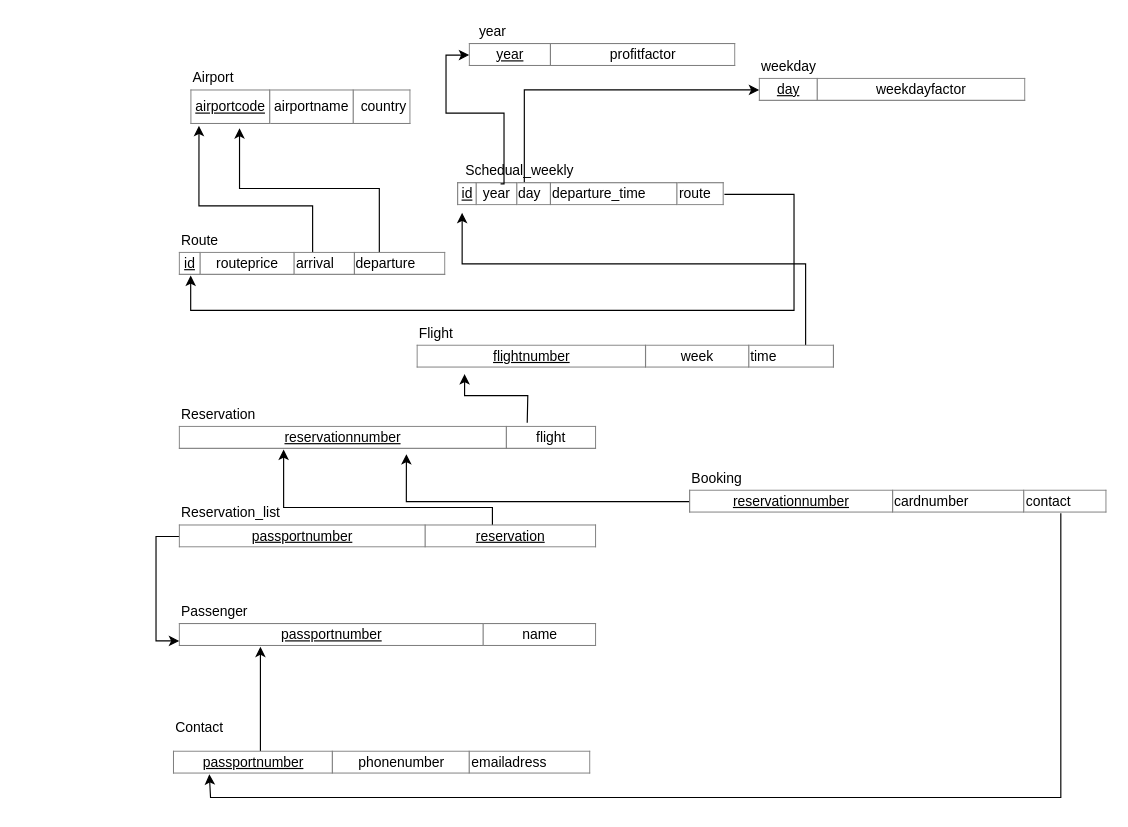
Above: lab4/4a_RelationSchema.drawio in chrha/tddd37 (draw.io), before the change. Source tidied: cells renumbered, new cells numbered last; positions are measured from the earlier drawing's top-left corner, leaving out a move shared by most shapes. Both pictures are drawn from the tidied source at 116%, with x=0, y=0 at pixel (155, 20).
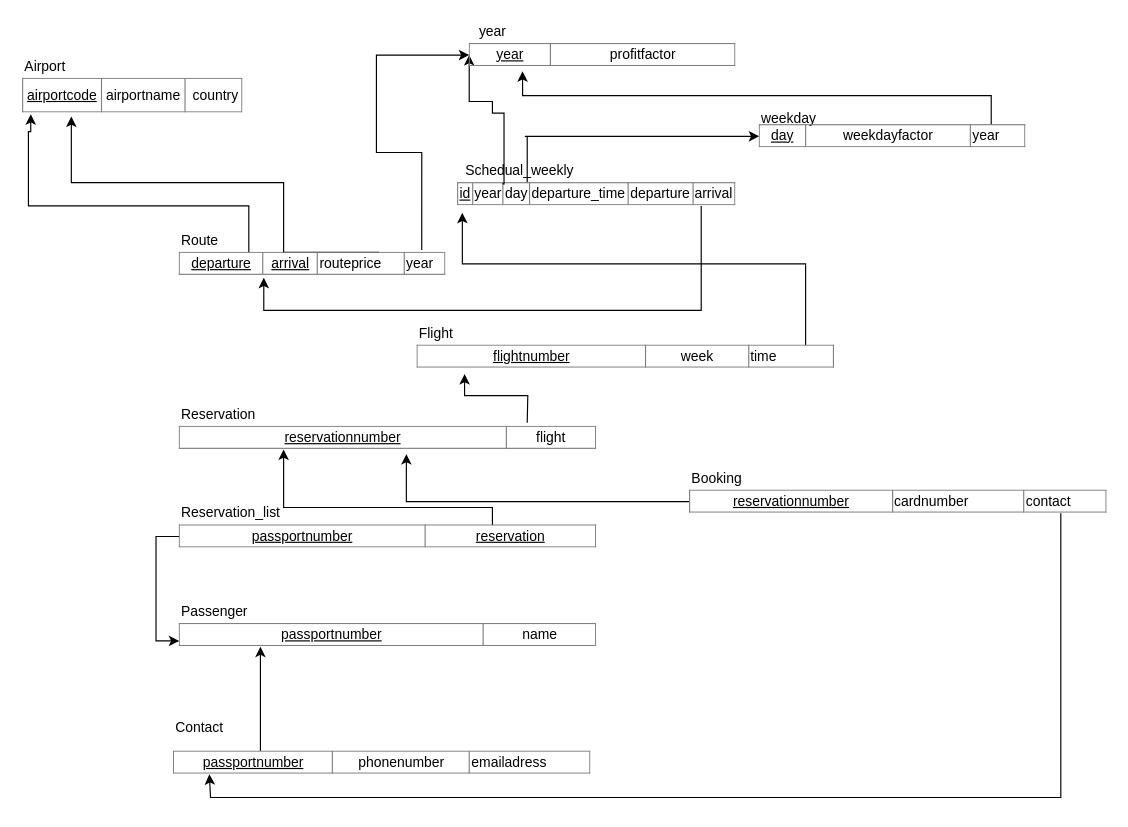
Above is the later version.

The change refers to these unchanged cells:
```xml
<mxCell id="14" value="&lt;table style=&quot;width: 100% ; height: 100% ; border-collapse: collapse&quot; width=&quot;100%&quot; border=&quot;1&quot;&gt;&lt;tbody&gt;&lt;tr&gt;&lt;td align=&quot;center&quot;&gt;&lt;u&gt;year&lt;/u&gt;&lt;/td&gt;&lt;td align=&quot;center&quot;&gt;profitfactor&lt;/td&gt;&lt;/tr&gt;&lt;/tbody&gt;&lt;/table&gt;" style="text;html=1;strokeColor=none;fillColor=none;overflow=fill;" parent="1" vertex="1">
  <mxGeometry x="270" y="20" width="230" height="20" as="geometry" />
</mxCell>
```

Diff of the diagram source:
```diff
@@
     <mxCell id="2" value="&lt;table border=&quot;1&quot; width=&quot;100%&quot; style=&quot;width: 100% ; height: 100% ; border-collapse: collapse&quot;&gt;&lt;tbody&gt;&lt;tr&gt;&lt;td align=&quot;center&quot;&gt;&lt;u&gt;airportcode&lt;/u&gt;&lt;/td&gt;&lt;td align=&quot;center&quot;&gt;airportname&lt;/td&gt;&lt;td align=&quot;center&quot;&gt;&amp;nbsp;country&lt;/td&gt;&lt;/tr&gt;&lt;/tbody&gt;&lt;/table&gt;" style="text;html=1;strokeColor=none;fillColor=none;overflow=fill;" parent="1" vertex="1">
-      <mxGeometry x="30" y="60" width="190" height="30" as="geometry" />
+      <mxGeometry x="-115" y="50" width="190" height="30" as="geometry" />
     </mxCell>
     <mxCell id="3" value="Airport" style="text;html=1;align=left;verticalAlign=top;spacingTop=-4;" parent="1" vertex="1">
-      <mxGeometry x="30" y="40" width="50" height="20" as="geometry" />
+      <mxGeometry x="-115" y="30" width="50" height="20" as="geometry" />
     </mxCell>
     <mxCell id="4" style="edgeStyle=orthogonalEdgeStyle;rounded=0;jettySize=auto;html=1;entryX=0.037;entryY=1.033;entryDx=0;entryDy=0;entryPerimeter=0;" parent="1" edge="1" source="6" target="2">
       <mxGeometry relative="1" as="geometry">
         <Array as="points">
-          <mxPoint x="135" y="160" />
-          <mxPoint x="37" y="160" />
+          <mxPoint x="80" y="160" />
+          <mxPoint x="-110" y="160" />
+          <mxPoint x="-110" y="96" />
+          <mxPoint x="-108" y="96" />
         </Array>
       </mxGeometry>
     </mxCell>
     <mxCell id="5" style="edgeStyle=orthogonalEdgeStyle;rounded=0;jettySize=auto;html=1;exitX=0.75;exitY=0;exitDx=0;exitDy=0;entryX=0.221;entryY=1.1;entryDx=0;entryDy=0;entryPerimeter=0;" parent="1" edge="1" source="6" target="2">
-      <mxGeometry relative="1" as="geometry" />
+      <mxGeometry relative="1" as="geometry">
+        <Array as="points">
+          <mxPoint x="110" y="200" />
+          <mxPoint x="110" y="140" />
+          <mxPoint x="-73" y="140" />
+        </Array>
+      </mxGeometry>
     </mxCell>
+    <mxCell id="36" style="edgeStyle=orthogonalEdgeStyle;rounded=0;jettySize=auto;html=1;exitX=0.909;exitY=-0.1;exitDx=0;exitDy=0;exitPerimeter=0;entryX=0;entryY=0.5;entryDx=0;entryDy=0;" parent="1" edge="1" source="6" target="14">
+      <mxGeometry relative="1" as="geometry">
+        <Array as="points">
+          <mxPoint x="229" y="114" />
+          <mxPoint x="190" y="114" />
+          <mxPoint x="190" y="30" />
+        </Array>
+      </mxGeometry>
+    </mxCell>
-    <mxCell id="6" value="&lt;table border=&quot;1&quot; width=&quot;100%&quot; style=&quot;width: 100% ; height: 100% ; border-collapse: collapse&quot;&gt;&lt;tbody&gt;&lt;tr&gt;&lt;td align=&quot;center&quot;&gt;&lt;u&gt;id&lt;/u&gt;&lt;/td&gt;&lt;td align=&quot;center&quot;&gt;routeprice&lt;/td&gt;&lt;td&gt;arrival&lt;/td&gt;&lt;td&gt;departure&lt;/td&gt;&lt;/tr&gt;&lt;/tbody&gt;&lt;/table&gt;" style="text;html=1;strokeColor=none;fillColor=none;overflow=fill;" parent="1" vertex="1">
+    <mxCell id="6" value="&lt;table style=&quot;width: 100% ; height: 100% ; border-collapse: collapse&quot; width=&quot;100%&quot; border=&quot;1&quot;&gt;&lt;tbody&gt;&lt;tr&gt;&lt;td align=&quot;center&quot;&gt;&lt;u&gt;departure&lt;/u&gt;&lt;/td&gt;&lt;td align=&quot;center&quot;&gt;&lt;u&gt;arrival&lt;/u&gt;&lt;/td&gt;&lt;td&gt;routeprice&lt;/td&gt;&lt;td&gt;year&lt;br&gt;&lt;/td&gt;&lt;/tr&gt;&lt;/tbody&gt;&lt;/table&gt;" style="text;html=1;strokeColor=none;fillColor=none;overflow=fill;" parent="1" vertex="1">
       <mxGeometry x="20" y="200" width="230" height="20" as="geometry" />
     </mxCell>
@@
-    <mxCell id="8" style="edgeStyle=orthogonalEdgeStyle;rounded=0;jettySize=auto;html=1;entryX=0.043;entryY=1;entryDx=0;entryDy=0;entryPerimeter=0;" parent="1" edge="1" source="10" target="6">
+    <mxCell id="8" style="edgeStyle=orthogonalEdgeStyle;rounded=0;jettySize=auto;html=1;entryX=0.317;entryY=1.1;entryDx=0;entryDy=0;entryPerimeter=0;" parent="1" edge="1" source="10" target="6">
       <mxGeometry relative="1" as="geometry">
         <Array as="points">
-          <mxPoint x="550" y="250" />
-          <mxPoint x="30" y="250" />
+          <mxPoint x="470" y="250" />
+          <mxPoint x="93" y="250" />
         </Array>
       </mxGeometry>
     </mxCell>
     <mxCell id="9" style="edgeStyle=orthogonalEdgeStyle;rounded=0;jettySize=auto;html=1;exitX=0.25;exitY=0;exitDx=0;exitDy=0;entryX=0;entryY=0.5;entryDx=0;entryDy=0;" parent="1" edge="1" source="10" target="34">
       <mxGeometry relative="1" as="geometry">
         <Array as="points">
-          <mxPoint x="318" y="60" />
+          <mxPoint x="318" y="100" />
+          <mxPoint x="520" y="100" />
         </Array>
       </mxGeometry>
     </mxCell>
-    <mxCell id="10" value="&lt;table border=&quot;1&quot; width=&quot;100%&quot; style=&quot;width: 100% ; height: 100% ; border-collapse: collapse&quot;&gt;&lt;tbody&gt;&lt;tr&gt;&lt;td align=&quot;center&quot;&gt;&lt;u&gt;id&lt;/u&gt;&lt;/td&gt;&lt;td align=&quot;center&quot;&gt;year&lt;/td&gt;&lt;td&gt;day&lt;/td&gt;&lt;td&gt;departure_time&lt;/td&gt;&lt;td&gt;route&lt;/td&gt;&lt;/tr&gt;&lt;/tbody&gt;&lt;/table&gt;" style="text;html=1;strokeColor=none;fillColor=none;overflow=fill;" parent="1" vertex="1">
-      <mxGeometry x="260" y="140" width="230" height="20" as="geometry" />
+    <mxCell id="10" value="&lt;table style=&quot;width: 100% ; height: 100% ; border-collapse: collapse&quot; width=&quot;100%&quot; border=&quot;1&quot;&gt;&lt;tbody&gt;&lt;tr&gt;&lt;td align=&quot;center&quot;&gt;&lt;u&gt;id&lt;/u&gt;&lt;/td&gt;&lt;td align=&quot;center&quot;&gt;year&lt;/td&gt;&lt;td&gt;day&lt;/td&gt;&lt;td&gt;departure_time&lt;/td&gt;&lt;td&gt;departure&lt;/td&gt;&lt;td&gt;arrival&lt;/td&gt;&lt;/tr&gt;&lt;/tbody&gt;&lt;/table&gt;" style="text;html=1;strokeColor=none;fillColor=none;overflow=fill;" parent="1" vertex="1">
+      <mxGeometry x="260" y="140" width="240" height="20" as="geometry" />
     </mxCell>
     <mxCell id="11" value="weekday" style="text;html=1;align=left;verticalAlign=top;spacingTop=-4;" parent="1" vertex="1">
-      <mxGeometry x="520" y="30" width="60" height="20" as="geometry" />
+      <mxGeometry x="520" y="75" width="60" height="20" as="geometry" />
     </mxCell>
     <mxCell id="12" style="edgeStyle=orthogonalEdgeStyle;rounded=0;jettySize=auto;html=1;entryX=0;entryY=0.5;entryDx=0;entryDy=0;exitX=0.161;exitY=0.05;exitDx=0;exitDy=0;exitPerimeter=0;" parent="1" edge="1" source="10" target="14">
       <mxGeometry relative="1" as="geometry">
         <Array as="points">
           <mxPoint x="300" y="141" />
           <mxPoint x="300" y="80" />
-          <mxPoint x="250" y="80" />
-          <mxPoint x="250" y="30" />
+          <mxPoint x="290" y="80" />
+          <mxPoint x="290" y="70" />
+          <mxPoint x="270" y="70" />
         </Array>
       </mxGeometry>
     </mxCell>
@@
+    <mxCell id="37" style="edgeStyle=orthogonalEdgeStyle;rounded=0;jettySize=auto;html=1;entryX=0.2;entryY=1.2;entryDx=0;entryDy=0;entryPerimeter=0;" parent="1" edge="1" source="34" target="14">
+      <mxGeometry relative="1" as="geometry">
+        <Array as="points">
+          <mxPoint x="720" y="65" />
+          <mxPoint x="316" y="65" />
+        </Array>
+      </mxGeometry>
+    </mxCell>
-    <mxCell id="34" value="&lt;table border=&quot;1&quot; width=&quot;100%&quot; style=&quot;width: 100% ; height: 100% ; border-collapse: collapse&quot;&gt;&lt;tbody&gt;&lt;tr&gt;&lt;td align=&quot;center&quot;&gt;&lt;u&gt;day&lt;/u&gt;&lt;/td&gt;&lt;td align=&quot;center&quot;&gt;weekdayfactor&lt;/td&gt;&lt;/tr&gt;&lt;/tbody&gt;&lt;/table&gt;" style="text;html=1;strokeColor=none;fillColor=none;overflow=fill;" parent="1" vertex="1">
-      <mxGeometry x="520" y="50" width="230" height="20" as="geometry" />
+    <mxCell id="34" value="&lt;table style=&quot;width: 100% ; height: 100% ; border-collapse: collapse&quot; width=&quot;100%&quot; border=&quot;1&quot;&gt;&lt;tbody&gt;&lt;tr&gt;&lt;td align=&quot;center&quot;&gt;&lt;u&gt;day&lt;/u&gt;&lt;/td&gt;&lt;td align=&quot;center&quot;&gt;weekdayfactor&lt;/td&gt;&lt;td&gt;year&lt;br&gt;&lt;/td&gt;&lt;/tr&gt;&lt;/tbody&gt;&lt;/table&gt;" style="text;html=1;strokeColor=none;fillColor=none;overflow=fill;" parent="1" vertex="1">
+      <mxGeometry x="520" y="90" width="230" height="20" as="geometry" />
     </mxCell>
```
